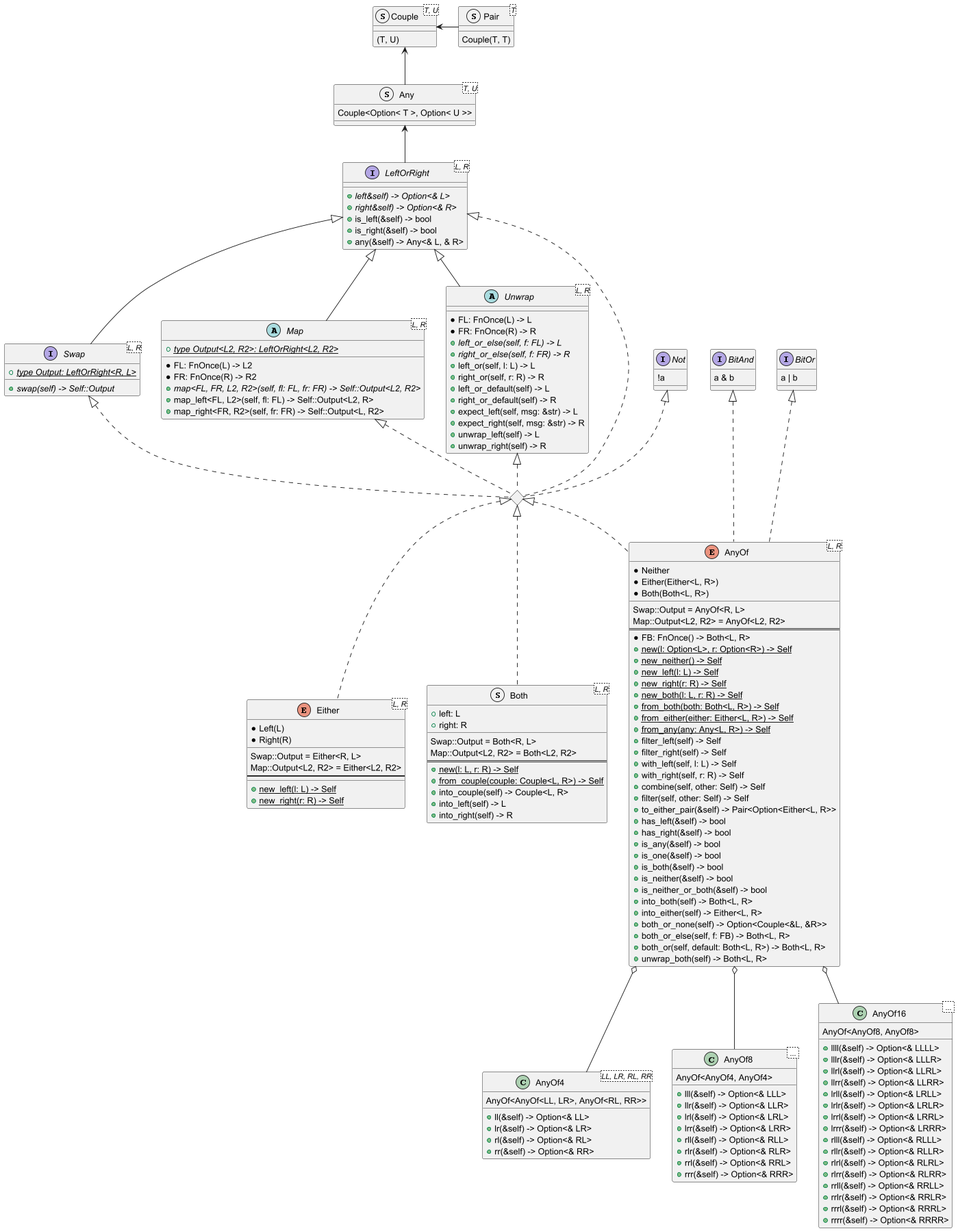
Earlier version of the PlantUML export doc/any_of-type-diagram.png (Trehinos/any_of).
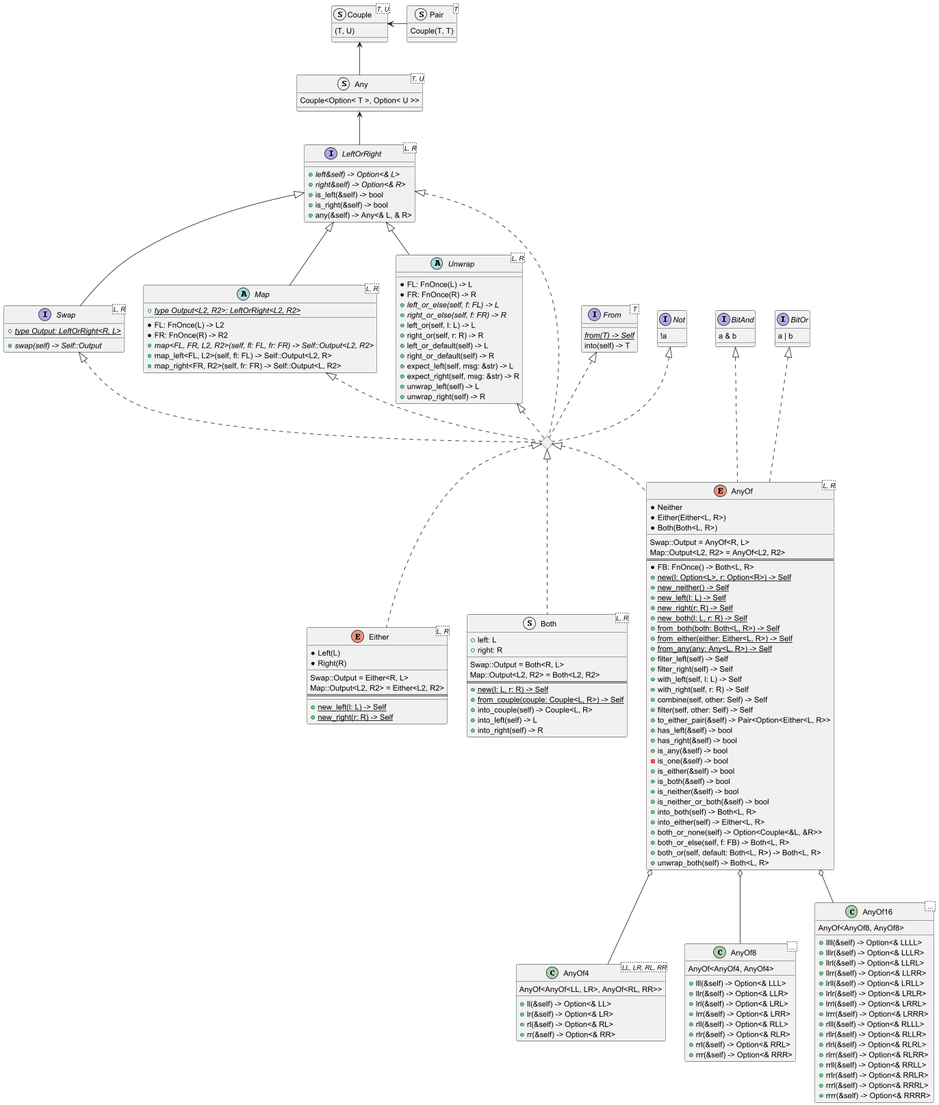
Later version of the same file.

Commit message:
Add `From` interface to types diagram

What changed in the source:
```diff
@@ -2,9 +2,11 @@
 
 struct Couple<T, U> {
     (T, U)
+    __
 }
 struct Pair<T> {
     Couple(T, T)
+    __
 }
 Couple <- Pair
 
@@ -64,11 +66,16 @@
 interface BitOr {
     a | b
 }
+interface From< T > {
+    {abstract} {static} from(T) -> Self
+    into(self) -> T
+}
 interface Not {
     !a
 }
 
 Not <|.. "LeftOrRight+Swap+Map+Unwrap+Not"
+From <|.. "LeftOrRight+Swap+Map+Unwrap+Not"
 LeftOrRight <|.. "LeftOrRight+Swap+Map+Unwrap+Not"
 Swap <|.. "LeftOrRight+Swap+Map+Unwrap+Not"
 Map <|.. "LeftOrRight+Swap+Map+Unwrap+Not"
@@ -132,7 +139,8 @@
     + has_left(&self) -> bool
     + has_right(&self) -> bool
     + is_any(&self) -> bool
-    + is_one(&self) -> bool
+    - is_one(&self) -> bool
+    + is_either(&self) -> bool
     + is_both(&self) -> bool
     + is_neither(&self) -> bool
     + is_neither_or_both(&self) -> bool
```
